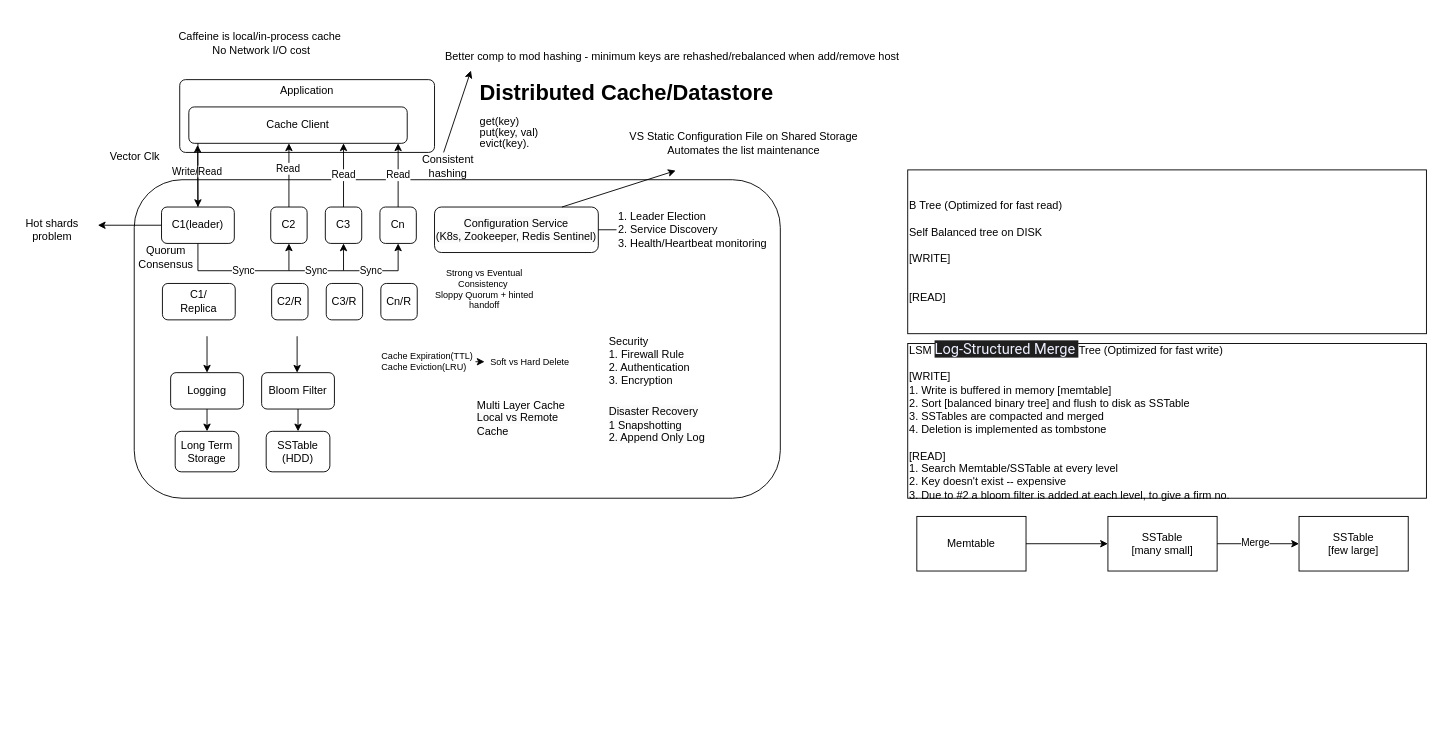
Earlier version of the draw.io diagram 3_Cache.drawio (xwq172677170/SysdDiagram). Source tidied: cells renumbered, new cells numbered last; positions are measured from the earlier drawing's top-left corner, leaving out a move shared by most shapes. Both pictures are drawn from the tidied source at 91%, with x=0, y=0 at pixel (15, 15).
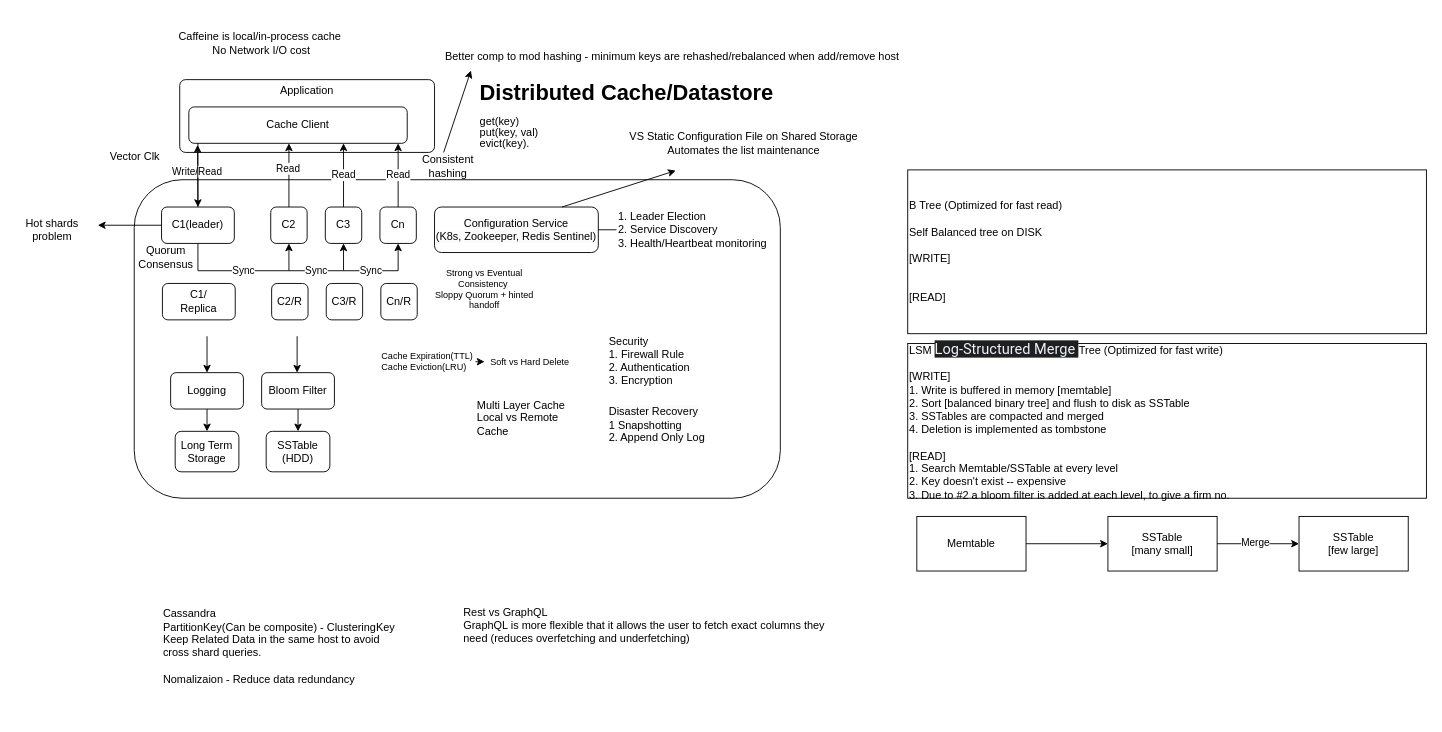
The same page after the edit.

What changed in the source:
```diff
@@
+    <mxCell id="59" value="Cassandra&lt;div&gt;PartitionKey(Can be composite) - ClusteringKey&lt;/div&gt;&lt;div&gt;Keep Related Data in the same host to avoid cross shard queries.&lt;/div&gt;&lt;div&gt;&lt;br&gt;&lt;/div&gt;&lt;div&gt;Nomalizaion - Reduce data redundancy&amp;nbsp;&lt;/div&gt;&lt;div&gt;&lt;br&gt;&lt;/div&gt;" style="text;html=1;align=left;verticalAlign=middle;whiteSpace=wrap;rounded=0;" parent="1" vertex="1">
+      <mxGeometry x="160" y="630" width="270" height="140" as="geometry" />
+    </mxCell>
+    <mxCell id="60" value="Rest vs GraphQL&lt;div&gt;GraphQL is more flexible that it allows the user to fetch exact columns they need (reduces overfetching and underfetching)&lt;/div&gt;" style="text;html=1;align=left;verticalAlign=middle;whiteSpace=wrap;rounded=0;" parent="1" vertex="1">
+      <mxGeometry x="490" y="640" width="410" height="60" as="geometry" />
+    </mxCell>
```
